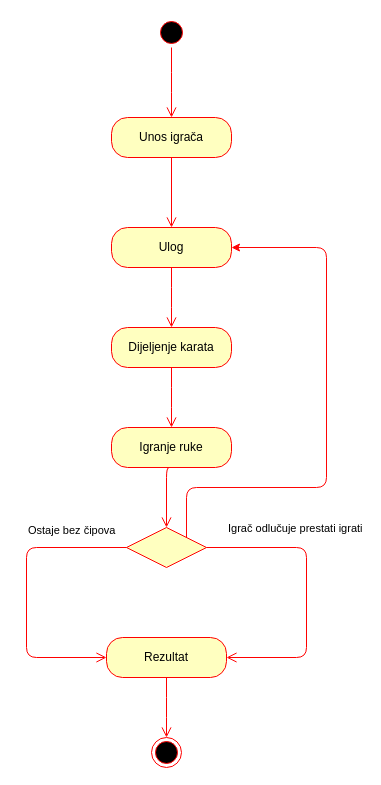
This is page "Igranje 21" (2 of 9) of Untitled Diagram.drawio from avrkic/21, a draw.io file, before an edit. Source tidied: cells renumbered, new cells numbered last; positions are measured from the earlier drawing's top-left corner, leaving out a move shared by most shapes. Both pictures are drawn from the tidied source at 100%, with x=0, y=0 at pixel (26, 17).
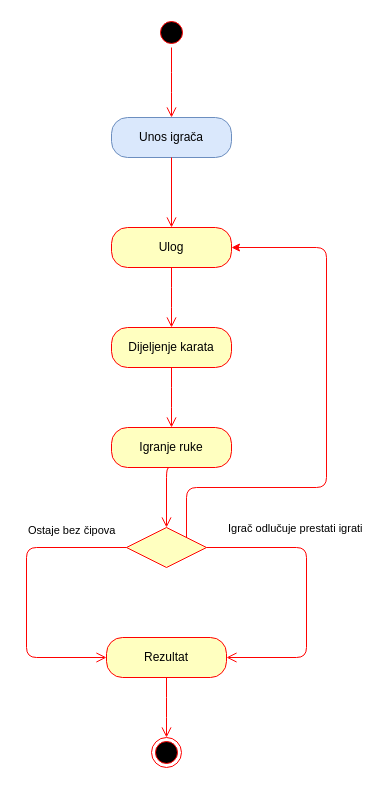
Above is the later version.

What changed in the source:
```diff
@@
-    <mxCell id="17" value="Unos igrača" style="rounded=1;whiteSpace=wrap;html=1;arcSize=40;fontColor=#000000;fillColor=#ffffc0;strokeColor=#ff0000;" parent="1" vertex="1">
+    <mxCell id="17" value="Unos igrača" style="rounded=1;whiteSpace=wrap;html=1;arcSize=40;fillColor=#dae8fc;strokeColor=#6c8ebf;" parent="1" vertex="1">
       <mxGeometry x="85" y="100" width="120" height="40" as="geometry" />
     </mxCell>
```
